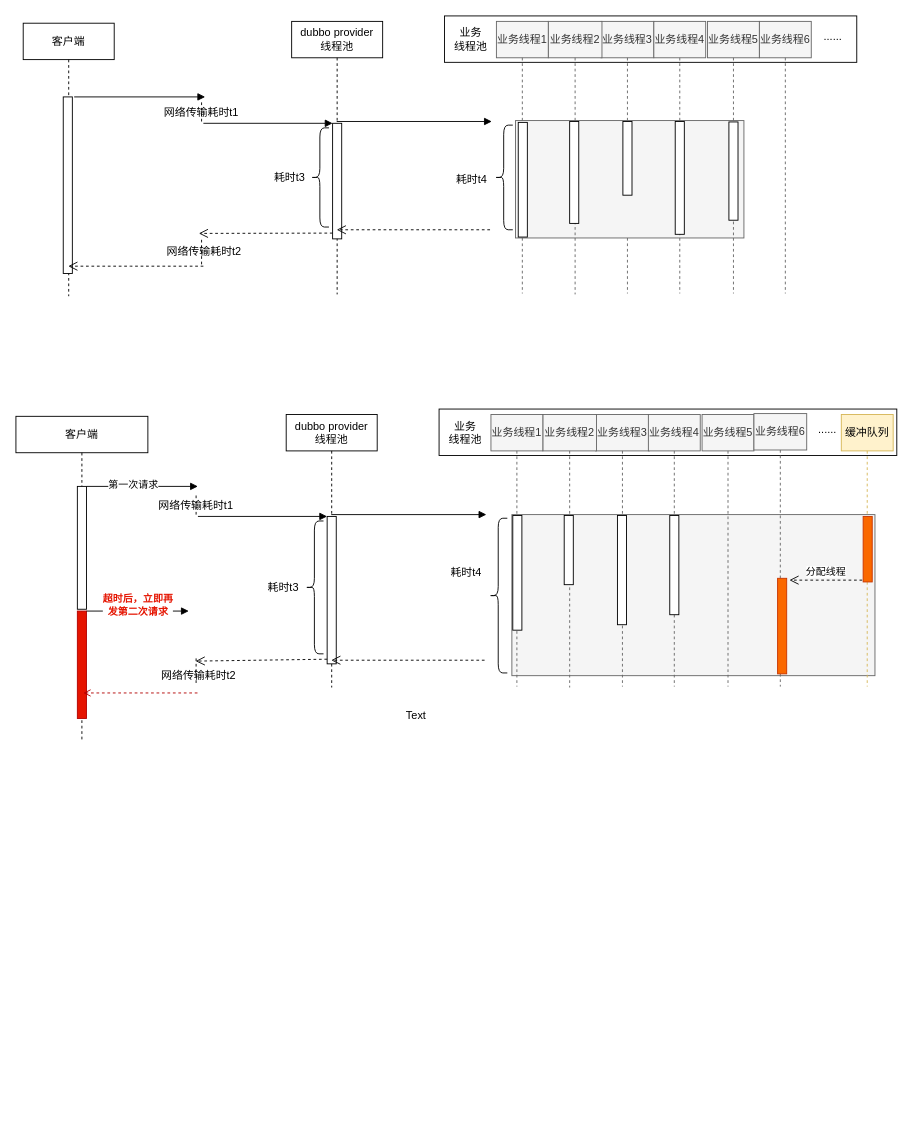
Earlier version of the draw.io diagram 线程池.drawio (zengnm/diagrams). Source tidied: cells renumbered, new cells numbered last; positions are measured from the earlier drawing's top-left corner, leaving out a move shared by most shapes. Both pictures are drawn from the tidied source at 91%, with x=0, y=0 at pixel (15, 15).
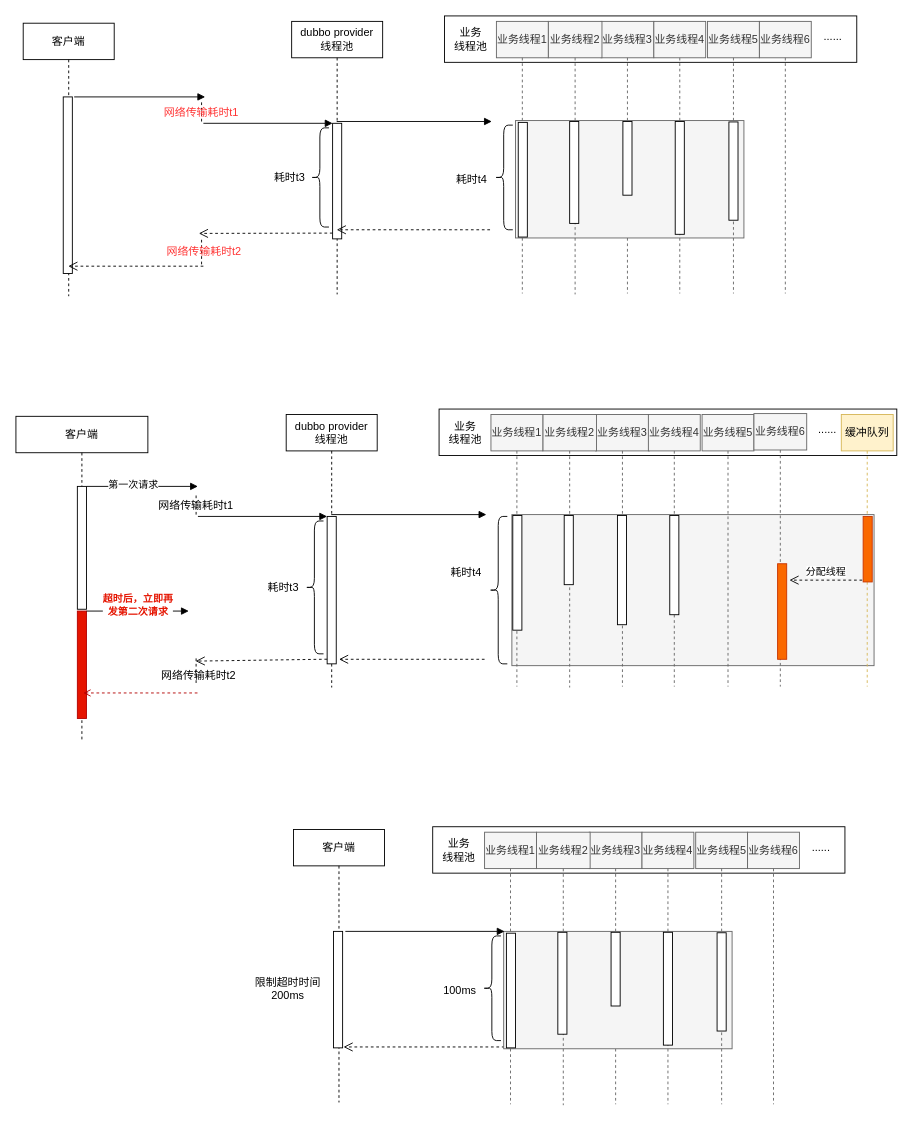
The same diagram, later.

The change refers to these unchanged cells:
```xml
<mxCell id="58" value="业务线程6" style="shape=umlLifeline;perimeter=lifelinePerimeter;whiteSpace=wrap;html=1;fillColor=#f5f5f5;fontColor=#333333;strokeColor=#666666;" parent="1" vertex="1">
  <mxGeometry x="811" y="437" width="58" height="300" as="geometry" />
</mxCell>
<mxCell id="66" value="业务线程1" style="shape=umlLifeline;perimeter=lifelinePerimeter;whiteSpace=wrap;html=1;fillColor=#f5f5f5;strokeColor=#666666;fontColor=#333333;" parent="1" vertex="1">
  <mxGeometry x="522" y="438" width="57" height="299" as="geometry" />
</mxCell>
```

What changed in the source:
```diff
@@
     <mxCell id="2" style="rounded=0;whiteSpace=wrap;html=1;strokeWidth=1;fillColor=#f5f5f5;strokeColor=#666666;fontColor=#333333;" parent="1" vertex="1">
-      <mxGeometry x="545" y="548" width="399" height="177" as="geometry" />
+      <mxGeometry x="545" y="548" width="398" height="166" as="geometry" />
     </mxCell>
@@
-    <mxCell id="25" value="网络传输耗时t1" style="text;html=1;strokeColor=none;fillColor=none;align=center;verticalAlign=middle;whiteSpace=wrap;rounded=0;dashed=1;" parent="1" vertex="1">
+    <mxCell id="25" value="网络传输耗时t1" style="text;html=1;strokeColor=none;fillColor=none;align=center;verticalAlign=middle;whiteSpace=wrap;rounded=0;dashed=1;fontColor=#FF3333;" parent="1" vertex="1">
       <mxGeometry x="162" y="90.5" width="84" height="30" as="geometry" />
     </mxCell>
-    <mxCell id="26" value="网络传输耗时t2" style="text;html=1;strokeColor=none;fillColor=none;align=center;verticalAlign=middle;whiteSpace=wrap;rounded=0;dashed=1;" parent="1" vertex="1">
+    <mxCell id="26" value="&lt;font color=&quot;#ff3333&quot;&gt;网络传输耗时t2&lt;/font&gt;" style="text;html=1;strokeColor=none;fillColor=none;align=center;verticalAlign=middle;whiteSpace=wrap;rounded=0;dashed=1;" parent="1" vertex="1">
       <mxGeometry x="165" y="244" width="84" height="30" as="geometry" />
     </mxCell>
@@
     <mxCell id="52" style="html=1;verticalAlign=bottom;endArrow=open;dashed=1;endSize=8;rounded=0;" parent="1" edge="1">
       <mxGeometry relative="1" as="geometry">
-        <mxPoint x="515" y="708" as="sourcePoint" />
-        <mxPoint x="346.5" y="708" as="targetPoint" />
+        <mxPoint x="515" y="707" as="sourcePoint" />
+        <mxPoint x="355" y="707" as="targetPoint" />
       </mxGeometry>
     </mxCell>
@@
     <mxCell id="59" style="html=1;perimeter=orthogonalPerimeter;strokeWidth=1;fillColor=#fa6800;fontColor=#000000;strokeColor=#C73500;" parent="58" vertex="1">
-      <mxGeometry x="26" y="181" width="10" height="105" as="geometry" />
+      <mxGeometry x="26" y="165" width="10" height="105" as="geometry" />
     </mxCell>
@@
     <mxCell id="68" style="shape=curlyBracket;whiteSpace=wrap;html=1;rounded=1;strokeWidth=1;" parent="66" vertex="1">
-      <mxGeometry x="-2" y="114" width="20" height="170" as="geometry" />
+      <mxGeometry x="-2" y="112" width="20" height="162" as="geometry" />
     </mxCell>
@@
-    <mxCell id="73" value="Text" style="text;html=1;strokeColor=none;fillColor=none;align=center;verticalAlign=middle;whiteSpace=wrap;rounded=0;" parent="1" vertex="1">
-      <mxGeometry x="410" y="754" width="60" height="30" as="geometry" />
-    </mxCell>
@@
+    <mxCell id="76" style="rounded=0;whiteSpace=wrap;html=1;strokeWidth=1;" parent="1" vertex="1">
+      <mxGeometry x="458" y="891" width="453" height="51" as="geometry" />
+    </mxCell>
+    <mxCell id="77" value="客户端" style="shape=umlLifeline;perimeter=lifelinePerimeter;whiteSpace=wrap;html=1;" parent="1" vertex="1">
+      <mxGeometry x="305" y="894" width="100" height="300" as="geometry" />
+    </mxCell>
+    <mxCell id="78" style="html=1;perimeter=orthogonalPerimeter;" parent="77" vertex="1">
+      <mxGeometry x="44" y="112" width="10" height="128" as="geometry" />
+    </mxCell>
+    <mxCell id="79" style="html=1;verticalAlign=bottom;endArrow=open;dashed=1;endSize=8;rounded=0;" parent="77" edge="1">
+      <mxGeometry relative="1" as="geometry">
+        <mxPoint x="304" y="239" as="sourcePoint" />
+        <mxPoint x="55" y="239" as="targetPoint" />
+        <Array as="points">
+          <mxPoint x="118" y="239" />
+        </Array>
+      </mxGeometry>
+    </mxCell>
+    <mxCell id="80" value="业务线程3" style="shape=umlLifeline;perimeter=lifelinePerimeter;whiteSpace=wrap;html=1;fillColor=#f5f5f5;fontColor=#333333;strokeColor=#666666;" parent="1" vertex="1">
+      <mxGeometry x="630" y="897" width="58" height="299" as="geometry" />
+    </mxCell>
+    <mxCell id="81" style="rounded=0;whiteSpace=wrap;html=1;strokeWidth=1;fillColor=#f5f5f5;strokeColor=#666666;fontColor=#333333;" parent="80" vertex="1">
+      <mxGeometry x="-94" y="109" width="251" height="129" as="geometry" />
+    </mxCell>
+    <mxCell id="82" style="html=1;perimeter=orthogonalPerimeter;strokeWidth=1;" parent="80" vertex="1">
+      <mxGeometry x="24" y="110" width="10" height="81" as="geometry" />
+    </mxCell>
+    <mxCell id="83" value="业务线程4" style="shape=umlLifeline;perimeter=lifelinePerimeter;whiteSpace=wrap;html=1;fillColor=#f5f5f5;fontColor=#333333;strokeColor=#666666;" parent="1" vertex="1">
+      <mxGeometry x="688" y="897" width="57" height="299" as="geometry" />
+    </mxCell>
+    <mxCell id="84" style="html=1;perimeter=orthogonalPerimeter;strokeWidth=1;" parent="83" vertex="1">
+      <mxGeometry x="23.5" y="110" width="10" height="124" as="geometry" />
+    </mxCell>
+    <mxCell id="85" value="业务线程5" style="shape=umlLifeline;perimeter=lifelinePerimeter;whiteSpace=wrap;html=1;fillColor=#f5f5f5;fontColor=#333333;strokeColor=#666666;" parent="1" vertex="1">
+      <mxGeometry x="747" y="897" width="57" height="299" as="geometry" />
+    </mxCell>
+    <mxCell id="86" style="html=1;perimeter=orthogonalPerimeter;strokeWidth=1;" parent="85" vertex="1">
+      <mxGeometry x="23.5" y="110.5" width="10" height="108" as="geometry" />
+    </mxCell>
+    <mxCell id="87" value="业务线程6" style="shape=umlLifeline;perimeter=lifelinePerimeter;whiteSpace=wrap;html=1;fillColor=#f5f5f5;fontColor=#333333;strokeColor=#666666;" parent="1" vertex="1">
+      <mxGeometry x="804" y="897" width="57" height="299" as="geometry" />
+    </mxCell>
+    <mxCell id="88" value="......" style="text;html=1;strokeColor=none;fillColor=none;align=center;verticalAlign=middle;whiteSpace=wrap;rounded=0;" parent="1" vertex="1">
+      <mxGeometry x="855" y="899" width="60" height="30" as="geometry" />
+    </mxCell>
+    <mxCell id="89" value="业务&lt;br&gt;线程池" style="text;html=1;strokeColor=none;fillColor=none;align=center;verticalAlign=middle;whiteSpace=wrap;rounded=0;" parent="1" vertex="1">
+      <mxGeometry x="456" y="901.5" width="62" height="30" as="geometry" />
+    </mxCell>
+    <mxCell id="90" value="100ms" style="text;html=1;strokeColor=none;fillColor=none;align=center;verticalAlign=middle;whiteSpace=wrap;rounded=0;" parent="1" vertex="1">
+      <mxGeometry x="458" y="1056" width="60" height="30" as="geometry" />
+    </mxCell>
+    <mxCell id="91" value="业务线程2" style="shape=umlLifeline;perimeter=lifelinePerimeter;whiteSpace=wrap;html=1;fillColor=#f5f5f5;fontColor=#333333;strokeColor=#666666;" parent="1" vertex="1">
+      <mxGeometry x="572" y="897" width="59" height="300" as="geometry" />
+    </mxCell>
+    <mxCell id="92" style="html=1;perimeter=orthogonalPerimeter;" parent="91" vertex="1">
+      <mxGeometry x="23.5" y="110" width="10" height="112" as="geometry" />
+    </mxCell>
+    <mxCell id="93" value="业务线程1" style="shape=umlLifeline;perimeter=lifelinePerimeter;whiteSpace=wrap;html=1;fillColor=#f5f5f5;strokeColor=#666666;fontColor=#333333;" parent="1" vertex="1">
+      <mxGeometry x="515" y="897" width="57" height="299" as="geometry" />
+    </mxCell>
+    <mxCell id="94" style="html=1;perimeter=orthogonalPerimeter;" parent="93" vertex="1">
+      <mxGeometry x="24" y="111" width="10" height="126" as="geometry" />
+    </mxCell>
+    <mxCell id="95" style="shape=curlyBracket;whiteSpace=wrap;html=1;rounded=1;strokeWidth=1;" parent="93" vertex="1">
+      <mxGeometry x="-2" y="114" width="20" height="115" as="geometry" />
+    </mxCell>
+    <mxCell id="96" style="html=1;verticalAlign=bottom;endArrow=block;rounded=0;" parent="1" edge="1">
+      <mxGeometry relative="1" as="geometry">
+        <mxPoint x="362" y="1006" as="sourcePoint" />
+        <mxPoint x="537" y="1006" as="targetPoint" />
+      </mxGeometry>
+    </mxCell>
+    <mxCell id="97" value="限制超时时间&#10;200ms" style="text;align=center;fontStyle=0;verticalAlign=middle;spacingLeft=3;spacingRight=3;strokeColor=none;" parent="1" vertex="1">
+      <mxGeometry x="259" y="1056" width="80" height="26" as="geometry" />
+    </mxCell>
```
